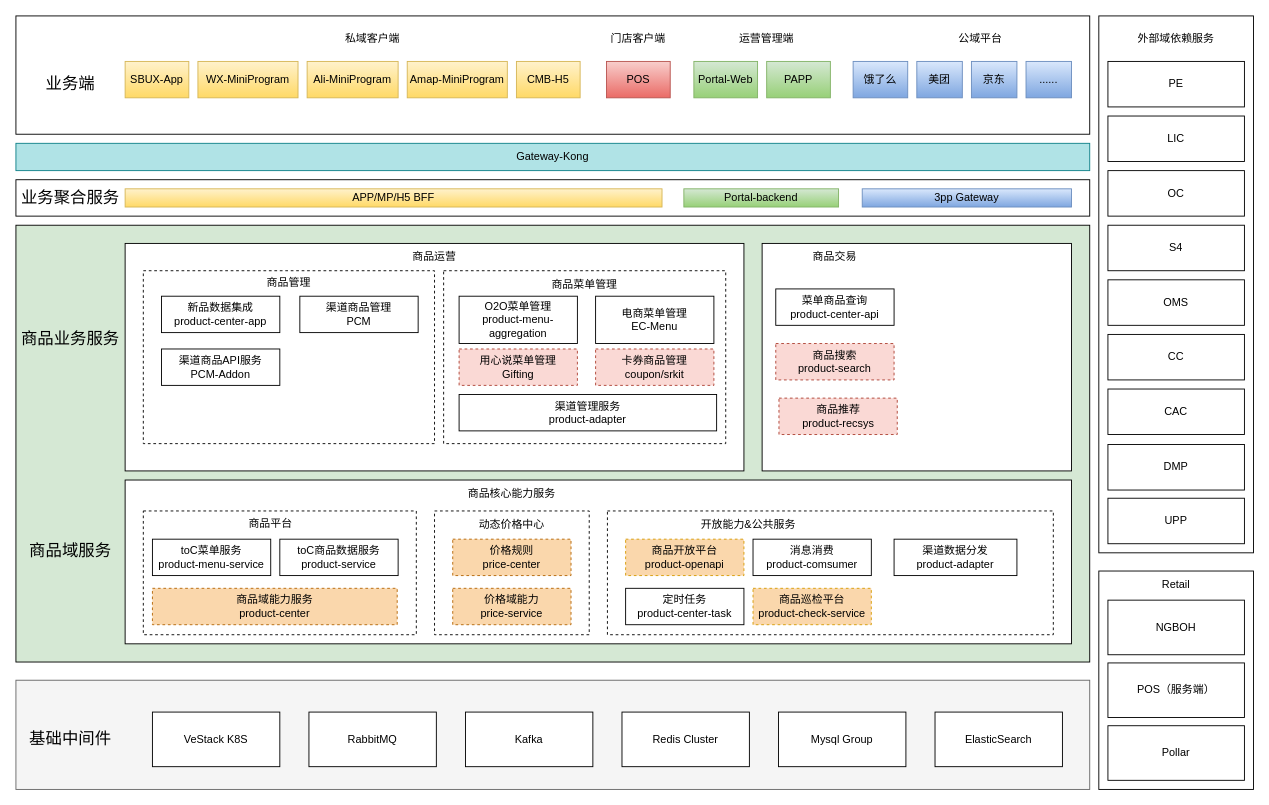
Earlier version of the draw.io diagram PC2.0技术架构.drawio (alexzhang2015/PC2.0). Source tidied: cells renumbered, new cells numbered last; positions are measured from the earlier drawing's top-left corner, leaving out a move shared by most shapes. Both pictures are drawn from the tidied source at 91%, with x=0, y=0 at pixel (15, 15).
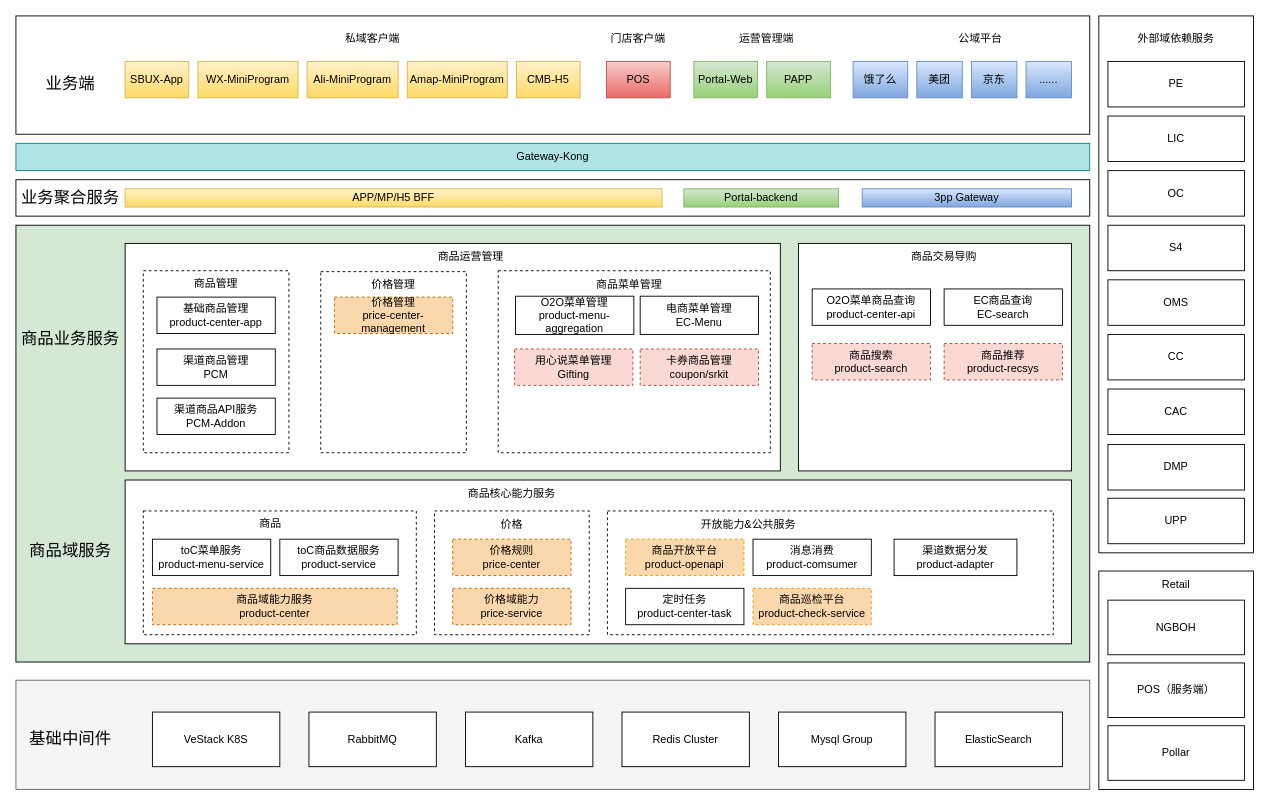
After the change.

Commit message:
更新PC2.0技术架构.drawio

What changed in the source:
```diff
@@
     <mxCell id="3" style="rounded=0;whiteSpace=wrap;html=1;" parent="1" vertex="1">
-      <mxGeometry x="820" y="250" width="340" height="250" as="geometry" />
+      <mxGeometry x="860" y="250" width="300" height="250" as="geometry" />
     </mxCell>
     <mxCell id="4" style="rounded=0;whiteSpace=wrap;html=1;" parent="1" vertex="1">
-      <mxGeometry x="120" y="250" width="680" height="250" as="geometry" />
+      <mxGeometry x="120" y="250" width="720" height="250" as="geometry" />
     </mxCell>
@@
-    <mxCell id="8" value="商品运营" style="text;html=1;align=center;verticalAlign=middle;whiteSpace=wrap;rounded=0;" parent="1" vertex="1">
-      <mxGeometry x="410" y="250" width="100" height="30" as="geometry" />
+    <mxCell id="8" value="商品运营管理" style="text;html=1;align=center;verticalAlign=middle;whiteSpace=wrap;rounded=0;" parent="1" vertex="1">
+      <mxGeometry x="450" y="250" width="100" height="30" as="geometry" />
     </mxCell>
-    <mxCell id="9" value="商品交易" style="text;html=1;align=center;verticalAlign=middle;whiteSpace=wrap;rounded=0;" parent="1" vertex="1">
-      <mxGeometry x="850" y="250" width="100" height="30" as="geometry" />
+    <mxCell id="9" value="商品交易导购" style="text;html=1;align=center;verticalAlign=middle;whiteSpace=wrap;rounded=0;" parent="1" vertex="1">
+      <mxGeometry x="970" y="250" width="100" height="30" as="geometry" />
     </mxCell>
@@
-    <mxCell id="57" value="菜单商品查询&lt;br&gt;product-center-api" style="rounded=0;whiteSpace=wrap;html=1;" parent="1" vertex="1">
-      <mxGeometry x="835" y="300" width="130" height="40" as="geometry" />
+    <mxCell id="57" value="O2O菜单商品查询&lt;br&gt;product-center-api" style="rounded=0;whiteSpace=wrap;html=1;" parent="1" vertex="1">
+      <mxGeometry x="875" y="300" width="130" height="40" as="geometry" />
     </mxCell>
     <mxCell id="58" value="商品搜索&lt;br&gt;product-search" style="rounded=0;whiteSpace=wrap;html=1;fillColor=#fad9d5;strokeColor=#ae4132;dashed=1;" parent="1" vertex="1">
-      <mxGeometry x="835" y="360" width="130" height="40" as="geometry" />
+      <mxGeometry x="875" y="360" width="130" height="40" as="geometry" />
     </mxCell>
     <mxCell id="59" style="rounded=0;whiteSpace=wrap;html=1;dashed=1;" parent="1" vertex="1">
-      <mxGeometry x="140" y="280" width="320" height="190" as="geometry" />
+      <mxGeometry x="140" y="280" width="160" height="200" as="geometry" />
     </mxCell>
     <mxCell id="60" style="rounded=0;whiteSpace=wrap;html=1;dashed=1;" parent="1" vertex="1">
-      <mxGeometry x="470" y="280" width="310" height="190" as="geometry" />
+      <mxGeometry x="530" y="280" width="299" height="200" as="geometry" />
     </mxCell>
-    <mxCell id="61" value="新品数据集成&lt;br&gt;product-center-app" style="rounded=0;whiteSpace=wrap;html=1;" parent="1" vertex="1">
-      <mxGeometry x="160" y="308" width="130" height="40" as="geometry" />
+    <mxCell id="61" value="基础商品管理&lt;br&gt;product-center-app" style="rounded=0;whiteSpace=wrap;html=1;" parent="1" vertex="1">
+      <mxGeometry x="155" y="309" width="130" height="40" as="geometry" />
     </mxCell>
     <mxCell id="62" value="渠道商品API服务&lt;br&gt;PCM-Addon" style="rounded=0;whiteSpace=wrap;html=1;" parent="1" vertex="1">
-      <mxGeometry x="160" y="366" width="130" height="40" as="geometry" />
+      <mxGeometry x="155" y="420" width="130" height="40" as="geometry" />
     </mxCell>
     <mxCell id="63" value="&lt;div&gt;渠道商品管理&lt;/div&gt;&lt;span style=&quot;background-color: initial;&quot;&gt;PCM&lt;/span&gt;" style="rounded=0;whiteSpace=wrap;html=1;" parent="1" vertex="1">
-      <mxGeometry x="312" y="308" width="130" height="40" as="geometry" />
+      <mxGeometry x="155" y="366" width="130" height="40" as="geometry" />
     </mxCell>
     <mxCell id="64" value="O2O菜单管理&lt;br&gt;product-menu-aggregation" style="rounded=0;whiteSpace=wrap;html=1;" parent="1" vertex="1">
-      <mxGeometry x="487" y="308" width="130" height="52" as="geometry" />
+      <mxGeometry x="549" y="308" width="130" height="42" as="geometry" />
     </mxCell>
     <mxCell id="65" value="电商菜单管理&lt;br&gt;EC-Menu" style="rounded=0;whiteSpace=wrap;html=1;" parent="1" vertex="1">
-      <mxGeometry x="637" y="308" width="130" height="52" as="geometry" />
+      <mxGeometry x="686" y="308" width="130" height="42" as="geometry" />
     </mxCell>
-    <mxCell id="66" value="&lt;div class=&quot;lake-content&quot;&gt;&lt;span class=&quot;ne-text&quot;&gt;渠道管理服务&lt;/span&gt;&lt;/div&gt;product-adapter" style="rounded=0;whiteSpace=wrap;html=1;" parent="1" vertex="1">
-      <mxGeometry x="487" y="416" width="283" height="40" as="geometry" />
-    </mxCell>
     <mxCell id="67" value="卡券商品管理&lt;br&gt;coupon/srkit" style="rounded=0;whiteSpace=wrap;html=1;dashed=1;fillColor=#fad9d5;strokeColor=#ae4132;" parent="1" vertex="1">
-      <mxGeometry x="637" y="366" width="130" height="40" as="geometry" />
+      <mxGeometry x="686" y="366" width="130" height="40" as="geometry" />
     </mxCell>
     <mxCell id="68" value="用心说菜单管理&lt;br&gt;Gifting" style="rounded=0;whiteSpace=wrap;html=1;dashed=1;fillColor=#fad9d5;strokeColor=#ae4132;" parent="1" vertex="1">
-      <mxGeometry x="487" y="366" width="130" height="40" as="geometry" />
+      <mxGeometry x="548" y="366" width="130" height="40" as="geometry" />
     </mxCell>
     <mxCell id="69" value="商品管理" style="text;html=1;align=center;verticalAlign=middle;whiteSpace=wrap;rounded=0;" parent="1" vertex="1">
-      <mxGeometry x="250" y="278" width="100" height="30" as="geometry" />
+      <mxGeometry x="170" y="279" width="100" height="30" as="geometry" />
     </mxCell>
     <mxCell id="70" value="商品菜单管理" style="text;html=1;align=center;verticalAlign=middle;whiteSpace=wrap;rounded=0;" parent="1" vertex="1">
-      <mxGeometry x="575" y="280" width="100" height="30" as="geometry" />
+      <mxGeometry x="624" y="280" width="100" height="30" as="geometry" />
     </mxCell>
@@
-    <mxCell id="72" value="商品平台" style="text;html=1;align=center;verticalAlign=middle;whiteSpace=wrap;rounded=0;" parent="1" vertex="1">
+    <mxCell id="72" value="商品" style="text;html=1;align=center;verticalAlign=middle;whiteSpace=wrap;rounded=0;" parent="1" vertex="1">
       <mxGeometry x="230" y="543" width="100" height="30" as="geometry" />
     </mxCell>
-    <mxCell id="73" value="动态价格中心" style="text;html=1;align=center;verticalAlign=middle;whiteSpace=wrap;rounded=0;" parent="1" vertex="1">
+    <mxCell id="73" value="价格" style="text;html=1;align=center;verticalAlign=middle;whiteSpace=wrap;rounded=0;" parent="1" vertex="1">
       <mxGeometry x="495" y="544" width="100" height="30" as="geometry" />
     </mxCell>
@@
     <mxCell id="83" value="商品推荐&lt;br&gt;product-recsys" style="rounded=0;whiteSpace=wrap;html=1;fillColor=#fad9d5;strokeColor=#ae4132;dashed=1;" parent="1" vertex="1">
-      <mxGeometry x="838.5" y="420" width="130" height="40" as="geometry" />
+      <mxGeometry x="1020" y="360" width="130" height="40" as="geometry" />
     </mxCell>
@@
+    <mxCell id="90" value="EC商品查询&lt;br&gt;EC-search" style="rounded=0;whiteSpace=wrap;html=1;" parent="1" vertex="1">
+      <mxGeometry x="1020" y="300" width="130" height="40" as="geometry" />
+    </mxCell>
+    <mxCell id="91" style="rounded=0;whiteSpace=wrap;html=1;dashed=1;" parent="1" vertex="1">
+      <mxGeometry x="335" y="281" width="160" height="199" as="geometry" />
+    </mxCell>
+    <mxCell id="92" value="价格管理" style="text;html=1;align=center;verticalAlign=middle;whiteSpace=wrap;rounded=0;" parent="1" vertex="1">
+      <mxGeometry x="365" y="280" width="100" height="30" as="geometry" />
+    </mxCell>
+    <mxCell id="93" value="价格管理&lt;br&gt;price-center-management" style="rounded=0;whiteSpace=wrap;html=1;fillColor=#fad7ac;strokeColor=#b46504;dashed=1;" parent="1" vertex="1">
+      <mxGeometry x="350" y="309" width="130" height="40" as="geometry" />
+    </mxCell>
```
